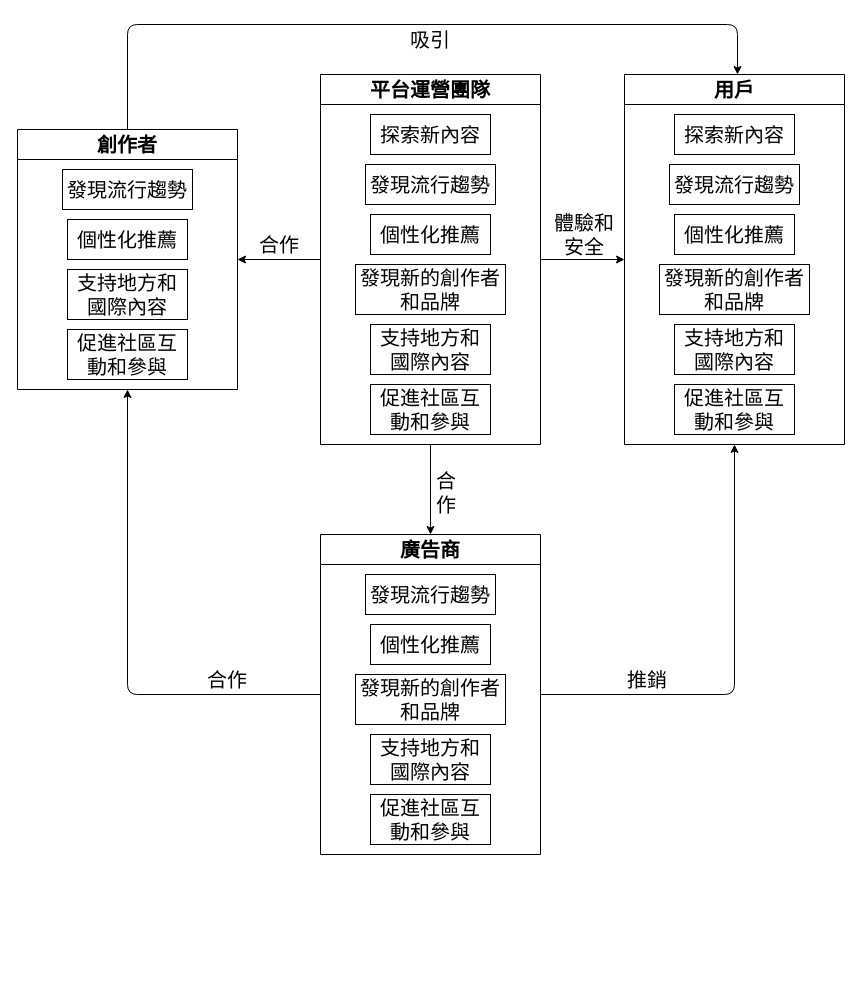
Before: serch2.drawio in jeffwei0/1122_Final-project, a draw.io diagram. Source tidied: cells renumbered, new cells numbered last; positions are measured from the earlier drawing's top-left corner, leaving out a move shared by most shapes. Both pictures are drawn from the tidied source at 100%, with x=0, y=0 at pixel (17, 24).
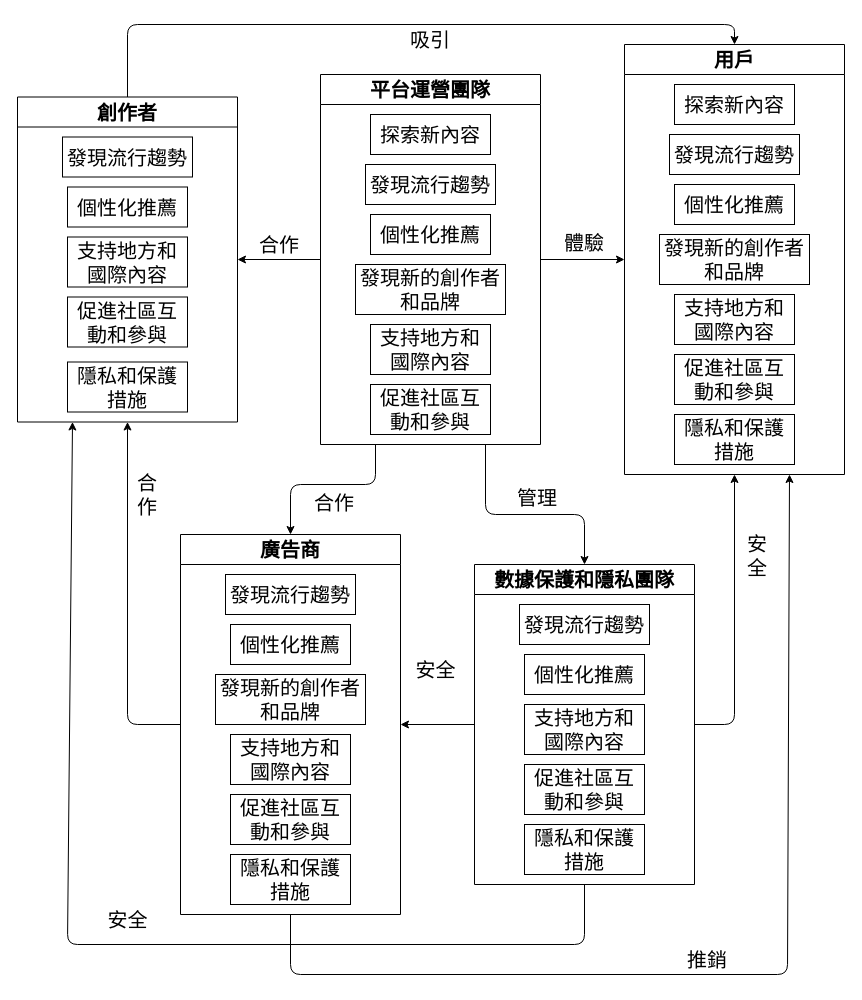
The same diagram, later.

Unchanged cells that the change refers to:
```xml
<mxCell id="26" value="&lt;font style=&quot;font-size: 20px;&quot;&gt;平台運營團隊&lt;/font&gt;" style="swimlane;whiteSpace=wrap;html=1;startSize=30;" parent="1" vertex="1">
  <mxGeometry x="303" y="50" width="220" height="370" as="geometry" />
</mxCell>
```

Change to the diagram source:
```diff
@@
     <mxCell id="2" value="&lt;font style=&quot;font-size: 20px;&quot;&gt;用戶&lt;/font&gt;" style="swimlane;whiteSpace=wrap;html=1;startSize=30;" parent="1" vertex="1">
-      <mxGeometry x="607" y="50" width="220" height="370" as="geometry" />
+      <mxGeometry x="607" y="20" width="220" height="430" as="geometry" />
     </mxCell>
@@
+    <mxCell id="39" value="隱私和保護措施" style="rounded=0;whiteSpace=wrap;html=1;fontSize=20;" parent="2" vertex="1">
+      <mxGeometry x="50" y="370" width="120" height="50" as="geometry" />
+    </mxCell>
-    <mxCell id="9" style="edgeStyle=none;html=1;exitX=0.5;exitY=0;exitDx=0;exitDy=0;fontSize=20;" parent="1" edge="1" source="11">
+    <mxCell id="9" style="edgeStyle=none;html=1;exitX=0.5;exitY=0;exitDx=0;exitDy=0;fontSize=20;entryX=0.5;entryY=0;entryDx=0;entryDy=0;" parent="1" edge="1" source="11" target="2">
       <mxGeometry relative="1" as="geometry">
-        <mxPoint x="720" y="50" as="targetPoint" />
         <Array as="points">
           <mxPoint x="110" />
-          <mxPoint x="720" />
+          <mxPoint x="717" />
         </Array>
       </mxGeometry>
     </mxCell>
     <mxCell id="10" style="edgeStyle=none;html=1;exitX=0;exitY=0.5;exitDx=0;exitDy=0;fontSize=20;entryX=0.5;entryY=1;entryDx=0;entryDy=0;" parent="1" edge="1" source="17" target="11">
       <mxGeometry relative="1" as="geometry">
         <Array as="points">
-          <mxPoint x="110" y="670" />
+          <mxPoint x="110" y="700" />
         </Array>
       </mxGeometry>
     </mxCell>
     <mxCell id="11" value="&lt;font style=&quot;font-size: 20px;&quot;&gt;創作者&lt;/font&gt;" style="swimlane;whiteSpace=wrap;html=1;startSize=30;" parent="1" vertex="1">
-      <mxGeometry y="105" width="220" height="260" as="geometry" />
+      <mxGeometry y="72.5" width="220" height="325" as="geometry" />
     </mxCell>
@@
+    <mxCell id="40" value="隱私和保護措施" style="rounded=0;whiteSpace=wrap;html=1;fontSize=20;" parent="11" vertex="1">
+      <mxGeometry x="50" y="265" width="120" height="50" as="geometry" />
+    </mxCell>
-    <mxCell id="16" style="edgeStyle=none;html=1;exitX=1;exitY=0.5;exitDx=0;exitDy=0;entryX=0.5;entryY=1;entryDx=0;entryDy=0;fontSize=20;" parent="1" edge="1" source="17" target="2">
+    <mxCell id="16" style="edgeStyle=none;html=1;exitX=0.5;exitY=1;exitDx=0;exitDy=0;entryX=0.75;entryY=1;entryDx=0;entryDy=0;fontSize=20;" parent="1" edge="1" source="17" target="2">
       <mxGeometry relative="1" as="geometry">
         <Array as="points">
-          <mxPoint x="717" y="670" />
+          <mxPoint x="273" y="950" />
+          <mxPoint x="770" y="950" />
         </Array>
       </mxGeometry>
     </mxCell>
     <mxCell id="17" value="&lt;font style=&quot;font-size: 20px;&quot;&gt;廣告商&lt;/font&gt;" style="swimlane;whiteSpace=wrap;html=1;startSize=30;" parent="1" vertex="1">
-      <mxGeometry x="303" y="510" width="220" height="320" as="geometry" />
+      <mxGeometry x="163" y="510" width="220" height="380" as="geometry" />
     </mxCell>
@@
+    <mxCell id="41" value="隱私和保護措施" style="rounded=0;whiteSpace=wrap;html=1;fontSize=20;" parent="17" vertex="1">
+      <mxGeometry x="50" y="320" width="120" height="50" as="geometry" />
+    </mxCell>
-    <mxCell id="23" style="edgeStyle=none;html=1;exitX=0.5;exitY=1;exitDx=0;exitDy=0;entryX=0.5;entryY=0;entryDx=0;entryDy=0;fontSize=20;" parent="1" edge="1" source="26" target="17">
-      <mxGeometry relative="1" as="geometry" />
+    <mxCell id="23" style="edgeStyle=none;html=1;exitX=0.25;exitY=1;exitDx=0;exitDy=0;entryX=0.5;entryY=0;entryDx=0;entryDy=0;fontSize=20;" parent="1" edge="1" source="26" target="17">
+      <mxGeometry relative="1" as="geometry">
+        <Array as="points">
+          <mxPoint x="358" y="460" />
+          <mxPoint x="273" y="460" />
+        </Array>
+      </mxGeometry>
     </mxCell>
@@
-    <mxCell id="25" style="edgeStyle=none;html=1;exitX=1;exitY=0.5;exitDx=0;exitDy=0;entryX=0;entryY=0.5;entryDx=0;entryDy=0;fontSize=20;" parent="1" edge="1" source="26" target="2">
+    <mxCell id="25" style="edgeStyle=none;html=1;exitX=1;exitY=0.5;exitDx=0;exitDy=0;fontSize=20;entryX=0;entryY=0.5;entryDx=0;entryDy=0;" parent="1" edge="1" source="26" target="2">
       <mxGeometry relative="1" as="geometry" />
     </mxCell>
+    <mxCell id="42" style="edgeStyle=none;html=1;exitX=0.75;exitY=1;exitDx=0;exitDy=0;entryX=0.5;entryY=0;entryDx=0;entryDy=0;fontSize=20;" parent="1" edge="1" source="26" target="46">
+      <mxGeometry relative="1" as="geometry">
+        <Array as="points">
+          <mxPoint x="468" y="490" />
+          <mxPoint x="567" y="490" />
+        </Array>
+      </mxGeometry>
+    </mxCell>
@@
     <mxCell id="33" value="合作" style="text;html=1;strokeColor=none;fillColor=none;align=center;verticalAlign=middle;whiteSpace=wrap;rounded=0;fontSize=20;rotation=0;" parent="1" vertex="1">
-      <mxGeometry x="413" y="440" width="32" height="55" as="geometry" />
+      <mxGeometry x="292" y="460" width="50" height="35" as="geometry" />
     </mxCell>
     <mxCell id="34" value="推銷" style="text;html=1;strokeColor=none;fillColor=none;align=center;verticalAlign=middle;whiteSpace=wrap;rounded=0;fontSize=20;" parent="1" vertex="1">
-      <mxGeometry x="600" y="640" width="60" height="30" as="geometry" />
+      <mxGeometry x="660" y="920" width="60" height="30" as="geometry" />
     </mxCell>
     <mxCell id="35" value="合作" style="text;html=1;strokeColor=none;fillColor=none;align=center;verticalAlign=middle;whiteSpace=wrap;rounded=0;fontSize=20;" parent="1" vertex="1">
-      <mxGeometry x="180" y="640" width="60" height="30" as="geometry" />
+      <mxGeometry x="110" y="440" width="40" height="60" as="geometry" />
     </mxCell>
-    <mxCell id="36" value="體驗和安全" style="text;html=1;strokeColor=none;fillColor=none;align=center;verticalAlign=middle;whiteSpace=wrap;rounded=0;fontSize=20;" parent="1" vertex="1">
-      <mxGeometry x="527" y="184" width="80" height="51" as="geometry" />
+    <mxCell id="36" value="體驗" style="text;html=1;strokeColor=none;fillColor=none;align=center;verticalAlign=middle;whiteSpace=wrap;rounded=0;fontSize=20;" parent="1" vertex="1">
+      <mxGeometry x="527" y="200" width="80" height="35" as="geometry" />
     </mxCell>
@@
+    <mxCell id="43" style="edgeStyle=none;html=1;exitX=1;exitY=0.5;exitDx=0;exitDy=0;entryX=0.5;entryY=1;entryDx=0;entryDy=0;fontSize=20;" parent="1" edge="1" source="46" target="2">
+      <mxGeometry relative="1" as="geometry">
+        <Array as="points">
+          <mxPoint x="717" y="700" />
+        </Array>
+      </mxGeometry>
+    </mxCell>
+    <mxCell id="44" style="edgeStyle=none;html=1;exitX=0;exitY=0.5;exitDx=0;exitDy=0;entryX=1;entryY=0.5;entryDx=0;entryDy=0;fontSize=20;" parent="1" edge="1" source="46" target="17">
+      <mxGeometry relative="1" as="geometry" />
+    </mxCell>
+    <mxCell id="45" style="edgeStyle=none;html=1;exitX=0.5;exitY=1;exitDx=0;exitDy=0;entryX=0.25;entryY=1;entryDx=0;entryDy=0;fontSize=20;" parent="1" edge="1" source="46" target="11">
+      <mxGeometry relative="1" as="geometry">
+        <Array as="points">
+          <mxPoint x="567" y="920" />
+          <mxPoint x="50" y="920" />
+        </Array>
+      </mxGeometry>
+    </mxCell>
+    <mxCell id="46" value="&lt;font style=&quot;font-size: 20px;&quot;&gt;數據保護和隱私團隊&lt;/font&gt;" style="swimlane;whiteSpace=wrap;html=1;startSize=30;" parent="1" vertex="1">
+      <mxGeometry x="457" y="540" width="220" height="320" as="geometry" />
+    </mxCell>
+    <mxCell id="47" value="發現流行趨勢" style="rounded=0;whiteSpace=wrap;html=1;fontSize=20;" parent="46" vertex="1">
+      <mxGeometry x="45" y="40" width="130" height="40" as="geometry" />
+    </mxCell>
+    <mxCell id="48" value="個性化推薦" style="rounded=0;whiteSpace=wrap;html=1;fontSize=20;" parent="46" vertex="1">
+      <mxGeometry x="50" y="90" width="120" height="40" as="geometry" />
+    </mxCell>
+    <mxCell id="49" value="支持地方和國際內容" style="rounded=0;whiteSpace=wrap;html=1;fontSize=20;" parent="46" vertex="1">
+      <mxGeometry x="50" y="140" width="120" height="50" as="geometry" />
+    </mxCell>
+    <mxCell id="50" value="促進社區互動和參與" style="rounded=0;whiteSpace=wrap;html=1;fontSize=20;" parent="46" vertex="1">
+      <mxGeometry x="50" y="200" width="120" height="50" as="geometry" />
+    </mxCell>
+    <mxCell id="51" value="隱私和保護措施" style="rounded=0;whiteSpace=wrap;html=1;fontSize=20;" parent="46" vertex="1">
+      <mxGeometry x="50" y="260" width="120" height="50" as="geometry" />
+    </mxCell>
+    <mxCell id="52" value="安全" style="text;html=1;strokeColor=none;fillColor=none;align=center;verticalAlign=middle;whiteSpace=wrap;rounded=0;fontSize=20;" parent="1" vertex="1">
+      <mxGeometry x="720" y="500" width="40" height="62" as="geometry" />
+    </mxCell>
+    <mxCell id="53" value="管理" style="text;html=1;strokeColor=none;fillColor=none;align=center;verticalAlign=middle;whiteSpace=wrap;rounded=0;fontSize=20;" parent="1" vertex="1">
+      <mxGeometry x="480" y="455" width="80" height="35" as="geometry" />
+    </mxCell>
+    <mxCell id="54" value="安全" style="text;html=1;strokeColor=none;fillColor=none;align=center;verticalAlign=middle;whiteSpace=wrap;rounded=0;fontSize=20;" parent="1" vertex="1">
+      <mxGeometry x="390" y="620" width="57" height="50" as="geometry" />
+    </mxCell>
+    <mxCell id="55" value="安全" style="text;html=1;strokeColor=none;fillColor=none;align=center;verticalAlign=middle;whiteSpace=wrap;rounded=0;fontSize=20;" parent="1" vertex="1">
+      <mxGeometry x="81.5" y="870" width="57" height="50" as="geometry" />
+    </mxCell>
```
